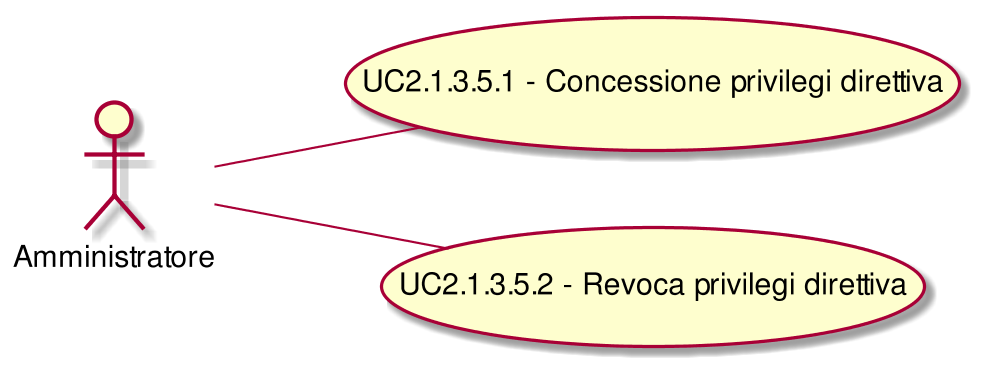
The PlantUML diagram RP/Esterni/AnalisiDeiRequisiti/images/UseCaseUC2135.png in CoCodeSWE/Docs, before a commit. Its diagram source:
```plantuml
@startuml
scale 1000*1000
left to right direction
( UC2.1.3.5.1 - Concessione privilegi direttiva ) as (UC2.1.3.5.1)
:Amministratore:--(UC2.1.3.5.1)
( UC2.1.3.5.2 - Revoca privilegi direttiva ) as (UC2.1.3.5.2)
:Amministratore:--(UC2.1.3.5.2)
@enduml
```
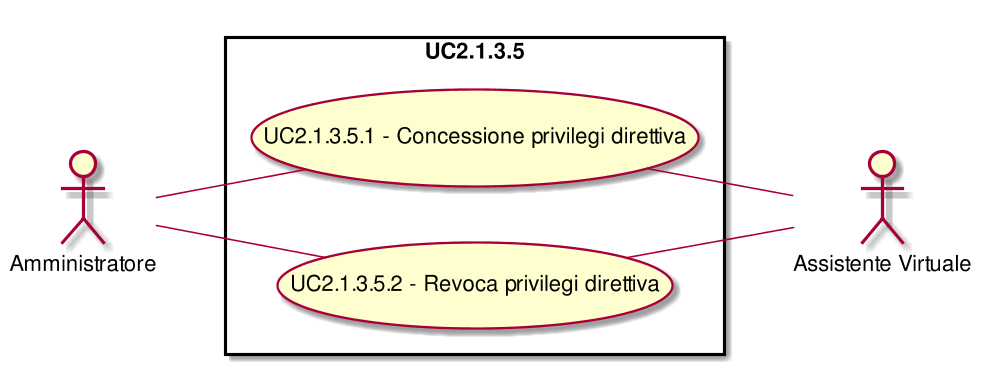
After the commit.

What changed in the source:
```diff
@@ -1,8 +1,17 @@
 @startuml
 scale 1000*1000
 left to right direction
+skinparam packageStyle rect
+:Amministratore:
+:Assistente Virtuale:
+rectangle UC2.1.3.5{
 ( UC2.1.3.5.1 - Concessione privilegi direttiva ) as (UC2.1.3.5.1)
 :Amministratore:--(UC2.1.3.5.1)
+( UC2.1.3.5.1 - Concessione privilegi direttiva ) as (UC2.1.3.5.1)
+(UC2.1.3.5.1)--:Assistente Virtuale:
 ( UC2.1.3.5.2 - Revoca privilegi direttiva ) as (UC2.1.3.5.2)
 :Amministratore:--(UC2.1.3.5.2)
+( UC2.1.3.5.2 - Revoca privilegi direttiva ) as (UC2.1.3.5.2)
+(UC2.1.3.5.2)--:Assistente Virtuale:
+}
 @enduml
```
